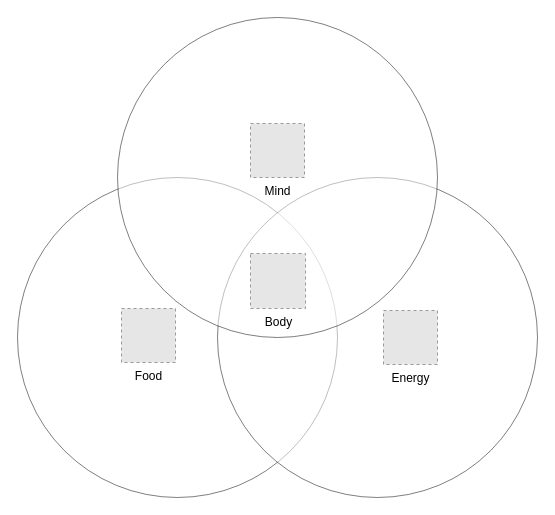
Above: Landing.drawio in evlibra/heZen (draw.io), before the change. Source tidied: cells renumbered, new cells numbered last; positions are measured from the earlier drawing's top-left corner, leaving out a move shared by most shapes. Both pictures are drawn from the tidied source at 100%, with x=0, y=0 at pixel (17, 17). Pictures stored in the file or linked from it are replaced by grey dashed boxes.
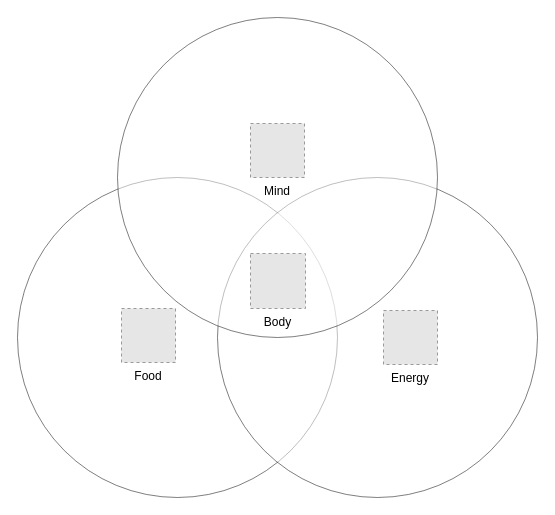
Above is the later version.

Commit message:
Unwap, unformat text.drawio

What changed in the source:
```diff
@@
 <mxGraphModel>
   <root>
     <mxCell id="0" />
     <mxCell id="1" parent="0" />
-    <mxCell id="2" style="ellipse;whiteSpace=wrap;html=1;opacity=50;" parent="1" vertex="1">
+    <mxCell id="2" style="ellipse;whiteSpace=wrap;opacity=50;" parent="1" vertex="1">
       <mxGeometry y="160" width="320" height="320" as="geometry" />
     </mxCell>
-    <mxCell id="3" style="ellipse;whiteSpace=wrap;html=1;opacity=50;" parent="1" vertex="1">
+    <mxCell id="3" style="ellipse;whiteSpace=wrap;opacity=50;" parent="1" vertex="1">
       <mxGeometry x="200" y="160" width="320" height="320" as="geometry" />
     </mxCell>
-    <mxCell id="4" style="ellipse;whiteSpace=wrap;html=1;opacity=50;" parent="1" vertex="1">
+    <mxCell id="4" style="ellipse;whiteSpace=wrap;opacity=50;" parent="1" vertex="1">
       <mxGeometry x="100" width="320" height="320" as="geometry" />
     </mxCell>
-    <mxCell id="5" value="Food" style="fillColor=#E6E6E6;strokeColor=#999999;dashed=1;html=1;verticalAlign=top;verticalLabelPosition=bottom;labelBackgroundColor=#ffffff;" parent="1" vertex="1">
+    <mxCell id="5" value="Food" style="fillColor=#E6E6E6;strokeColor=#999999;dashed=1;verticalAlign=top;verticalLabelPosition=bottom;labelBackgroundColor=#ffffff;" parent="1" vertex="1">
       <mxGeometry x="104" y="291" width="54" height="54" as="geometry" />
     </mxCell>
-    <mxCell id="6" value="Mind" style="fillColor=#E6E6E6;strokeColor=#999999;dashed=1;html=1;verticalAlign=top;verticalLabelPosition=bottom;labelBackgroundColor=#ffffff;" parent="1" vertex="1">
+    <mxCell id="6" value="Mind" style="fillColor=#E6E6E6;strokeColor=#999999;dashed=1;verticalAlign=top;verticalLabelPosition=bottom;labelBackgroundColor=#ffffff;" parent="1" vertex="1">
       <mxGeometry x="233" y="106" width="54" height="54" as="geometry" />
     </mxCell>
-    <mxCell id="7" value="Body" style="fillColor=#E6E6E6;strokeColor=#999999;dashed=1;html=1;verticalAlign=top;verticalLabelPosition=bottom;labelBackgroundColor=#ffffff;" parent="1" vertex="1">
+    <mxCell id="7" value="Body" style="fillColor=#E6E6E6;strokeColor=#999999;dashed=1;verticalAlign=top;verticalLabelPosition=bottom;labelBackgroundColor=#ffffff;" parent="1" vertex="1">
       <mxGeometry x="233" y="236" width="55" height="55" as="geometry" />
     </mxCell>
-    <mxCell id="8" value="Energy" style="fillColor=#E6E6E6;strokeColor=#999999;dashed=1;html=1;verticalAlign=top;verticalLabelPosition=bottom;labelBackgroundColor=#ffffff;" parent="1" vertex="1">
+    <mxCell id="8" value="Energy" style="fillColor=#E6E6E6;strokeColor=#999999;dashed=1;verticalAlign=top;verticalLabelPosition=bottom;labelBackgroundColor=#ffffff;" parent="1" vertex="1">
       <mxGeometry x="366" y="293" width="54" height="54" as="geometry" />
     </mxCell>
   </root>
 </mxGraphModel>
```
